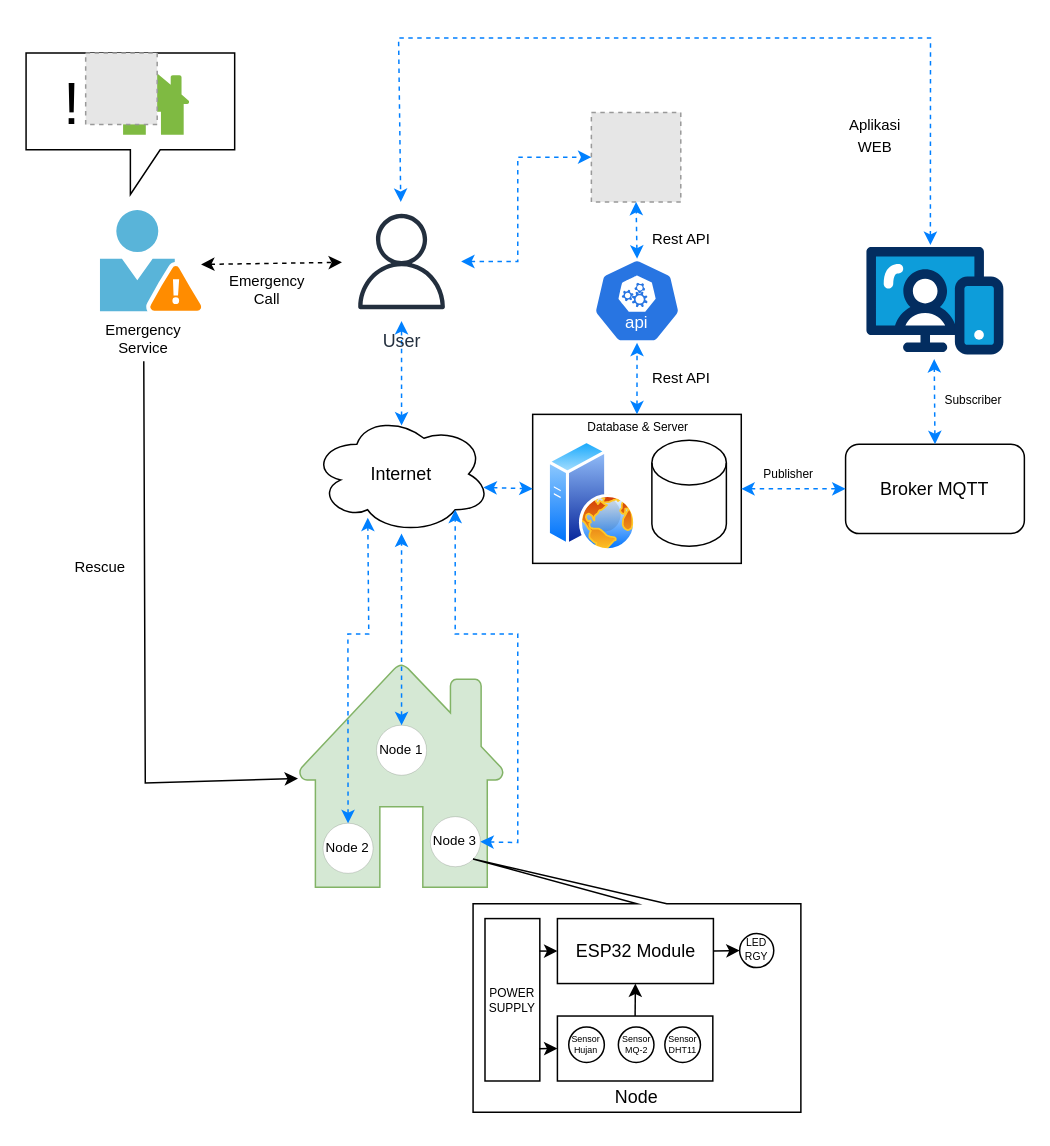
Buitenzorx/projek-akhir keeps this draw.io diagram as arsitektur-projek-akhir.drawio. Above is the earlier version. Source tidied: cells renumbered, new cells numbered last; positions are measured from the earlier drawing's top-left corner, leaving out a move shared by most shapes. Both pictures are drawn from the tidied source at 149%, with x=0, y=0 at pixel (25, 37). Pictures stored in the file or linked from it are replaced by grey dashed boxes.
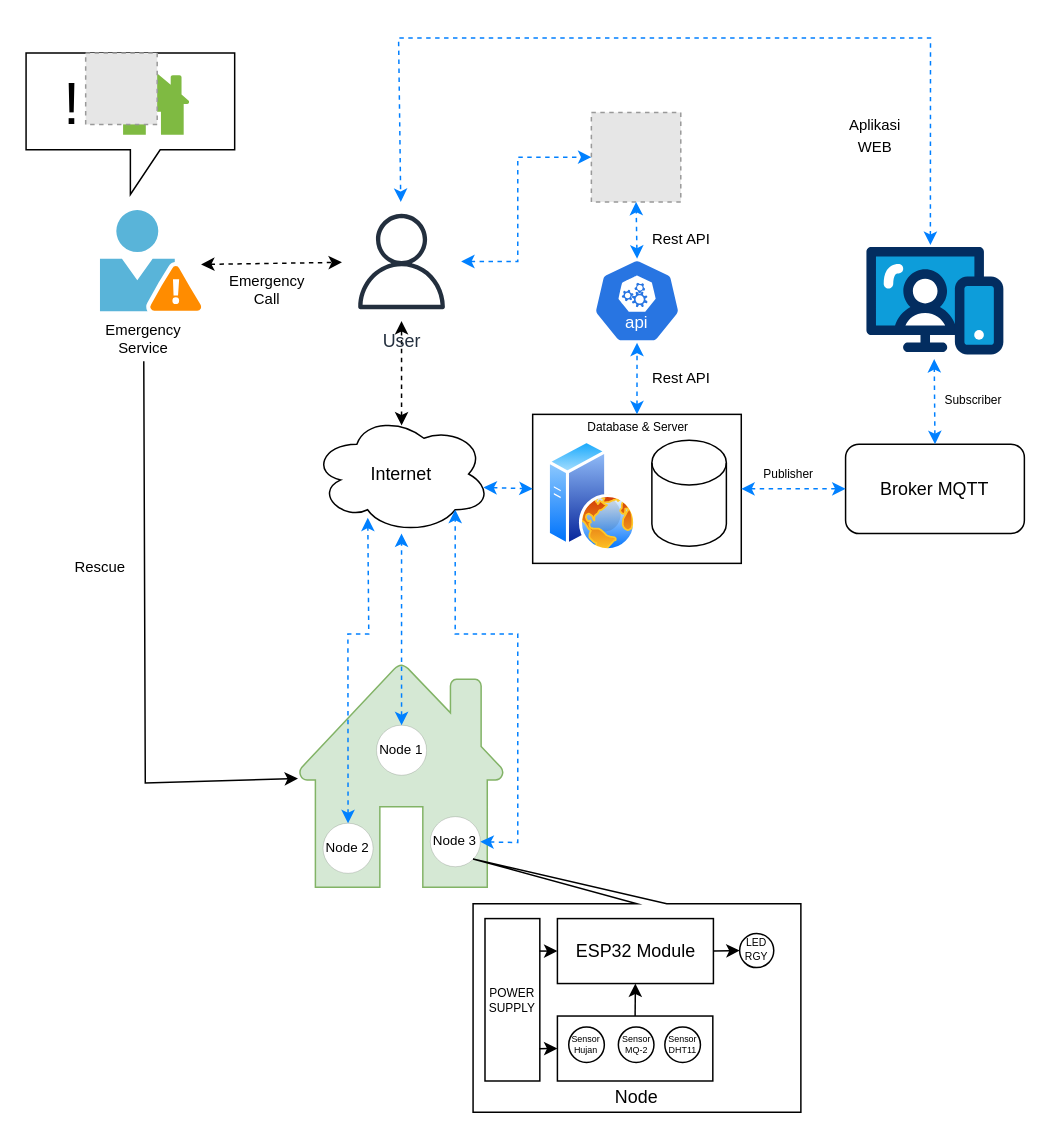
Above is the later version.

Unchanged cells that the change refers to:
```xml
<mxCell id="20" value="User" style="sketch=0;outlineConnect=0;fontColor=#232F3E;gradientColor=none;strokeColor=#232F3E;fillColor=#ffffff;dashed=0;verticalLabelPosition=bottom;verticalAlign=top;align=center;html=1;fontSize=12;fontStyle=0;shape=mxgraph.aws4.resourceIcon;resIcon=mxgraph.aws4.user;" parent="1" vertex="1">
  <mxGeometry x="212" y="110" width="80" height="80" as="geometry" />
</mxCell>
```

The edit, as a diff of the source:
```diff
@@
-    <mxCell id="10" style="endArrow=classic;startArrow=classic;html=1;rounded=0;dashed=1;fontColor=#007FFF;strokeColor=#0080FF;" parent="1" edge="1" target="20">
+    <mxCell id="10" style="endArrow=classic;startArrow=classic;html=1;rounded=0;dashed=1;fontColor=#007FFF;strokeColor=#000000;" parent="1" edge="1" target="20">
       <mxGeometry relative="1" as="geometry">
         <mxPoint x="252" y="260" as="sourcePoint" />
       </mxGeometry>
     </mxCell>
```
